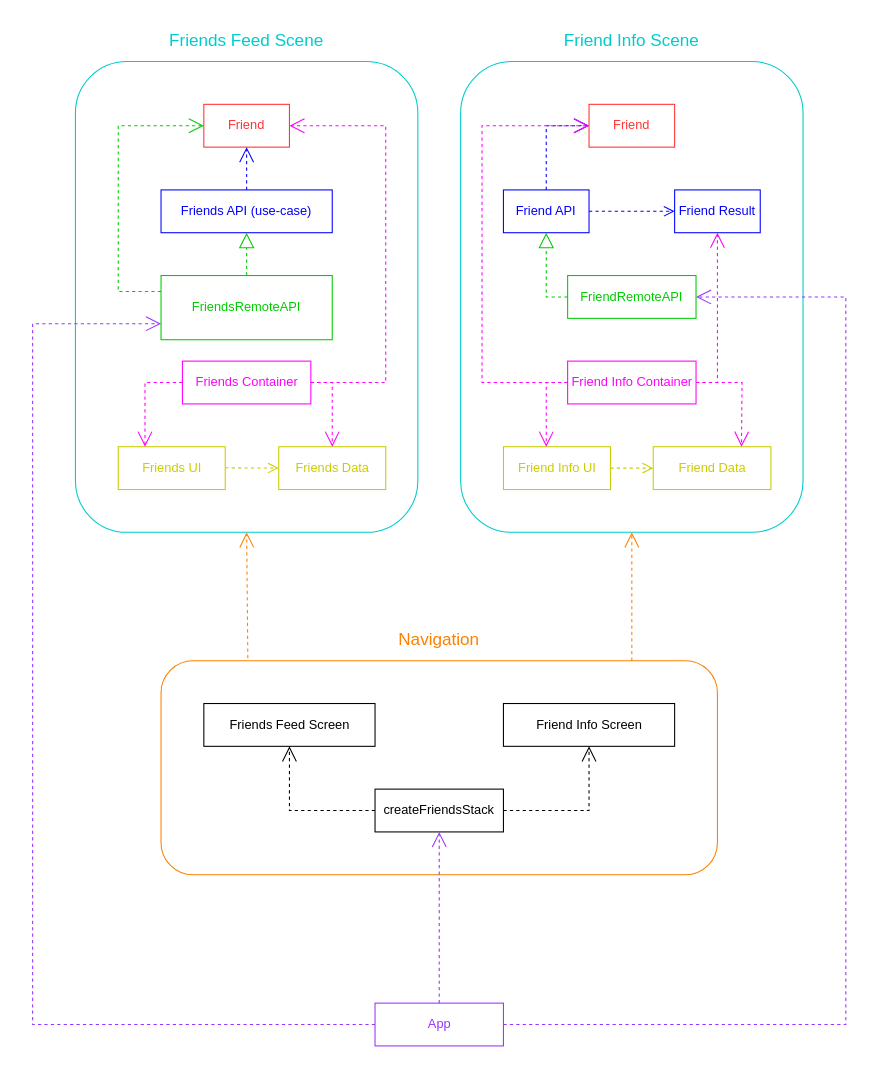
DnEgorWeb/Friends keeps this draw.io diagram as app-diagram.drawio. Above is the earlier version. Source tidied: cells renumbered, new cells numbered last; positions are measured from the earlier drawing's top-left corner, leaving out a move shared by most shapes. Both pictures are drawn from the tidied source at 107%, with x=0, y=0 at pixel (32, 18).
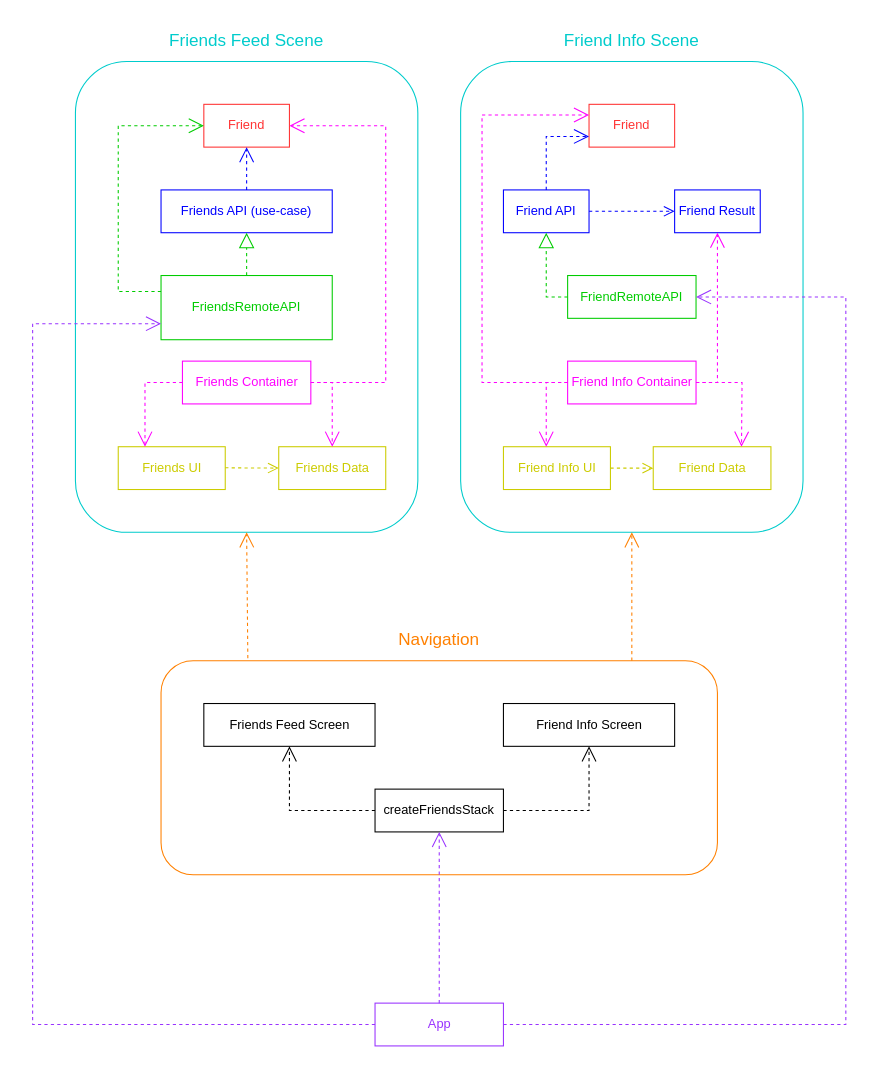
The same diagram, later.

The change refers to these unchanged cells:
```xml
<mxCell id="20" value="&lt;font color=&quot;#ff3333&quot;&gt;Friend&lt;/font&gt;" style="rounded=0;whiteSpace=wrap;html=1;strokeColor=#FF3333;" parent="1" vertex="1">
  <mxGeometry x="520" y="80" width="80" height="40" as="geometry" />
</mxCell>
<mxCell id="31" value="&lt;font color=&quot;#ff00ff&quot;&gt;Friend Info Container&lt;/font&gt;" style="html=1;fontColor=#CCCC00;strokeColor=#FF00FF;" parent="1" vertex="1">
  <mxGeometry x="500" y="320" width="120" height="40" as="geometry" />
</mxCell>
```

What changed in the source:
```diff
@@
-    <mxCell id="23" style="endArrow=open;endSize=12;dashed=1;html=1;rounded=0;fontColor=#00FF00;strokeWidth=1;exitX=0.5;exitY=0;exitDx=0;exitDy=0;entryX=0;entryY=0.5;entryDx=0;entryDy=0;strokeColor=#0000FF;" parent="1" edge="1" target="20">
+    <mxCell id="23" style="endArrow=open;endSize=12;dashed=1;html=1;rounded=0;fontColor=#00FF00;strokeWidth=1;exitX=0.5;exitY=0;exitDx=0;exitDy=0;entryX=0;entryY=0.75;entryDx=0;entryDy=0;strokeColor=#0000FF;" parent="1" edge="1" target="20">
       <mxGeometry relative="1" as="geometry">
         <mxPoint x="480" y="160" as="sourcePoint" />
         <Array as="points">
-          <mxPoint x="480" y="100" />
+          <mxPoint x="480" y="110" />
         </Array>
       </mxGeometry>
     </mxCell>
@@
-    <mxCell id="36" style="endArrow=open;endSize=12;dashed=1;html=1;rounded=0;fontColor=#00FF00;strokeWidth=1;exitX=0;exitY=0.5;exitDx=0;exitDy=0;strokeColor=#FF00FF;" parent="1" edge="1" source="31">
+    <mxCell id="36" style="endArrow=open;endSize=12;dashed=1;html=1;rounded=0;fontColor=#00FF00;strokeWidth=1;exitX=0;exitY=0.5;exitDx=0;exitDy=0;strokeColor=#FF00FF;entryX=0;entryY=0.25;entryDx=0;entryDy=0;" parent="1" edge="1" source="31" target="20">
       <mxGeometry relative="1" as="geometry">
-        <mxPoint x="520" y="100" as="targetPoint" />
         <Array as="points">
           <mxPoint x="420" y="340" />
-          <mxPoint x="420" y="100" />
+          <mxPoint x="420" y="90" />
         </Array>
       </mxGeometry>
     </mxCell>
```
